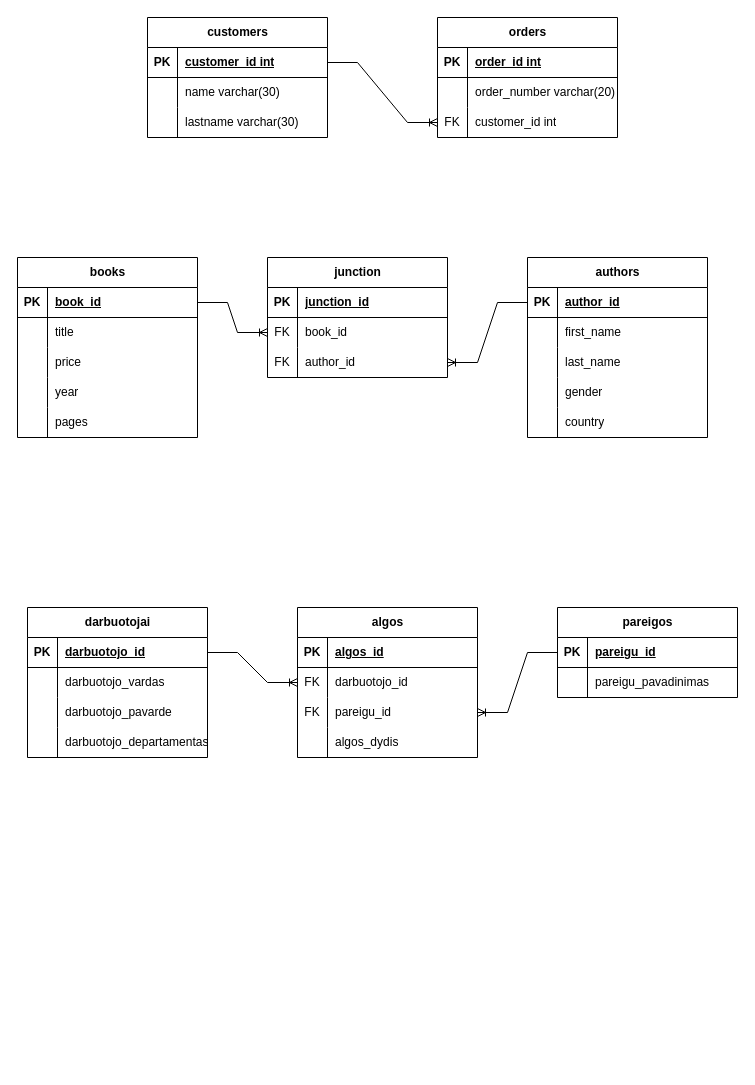
The draw.io diagram company.drawio in kestulka/duombaz2dalis_skaidriu_uzduotys, before the edit. Source tidied: cells renumbered, new cells numbered last; positions are measured from the earlier drawing's top-left corner, leaving out a move shared by most shapes. Both pictures are drawn from the tidied source at 100%, with x=0, y=0 at pixel (17, 17).
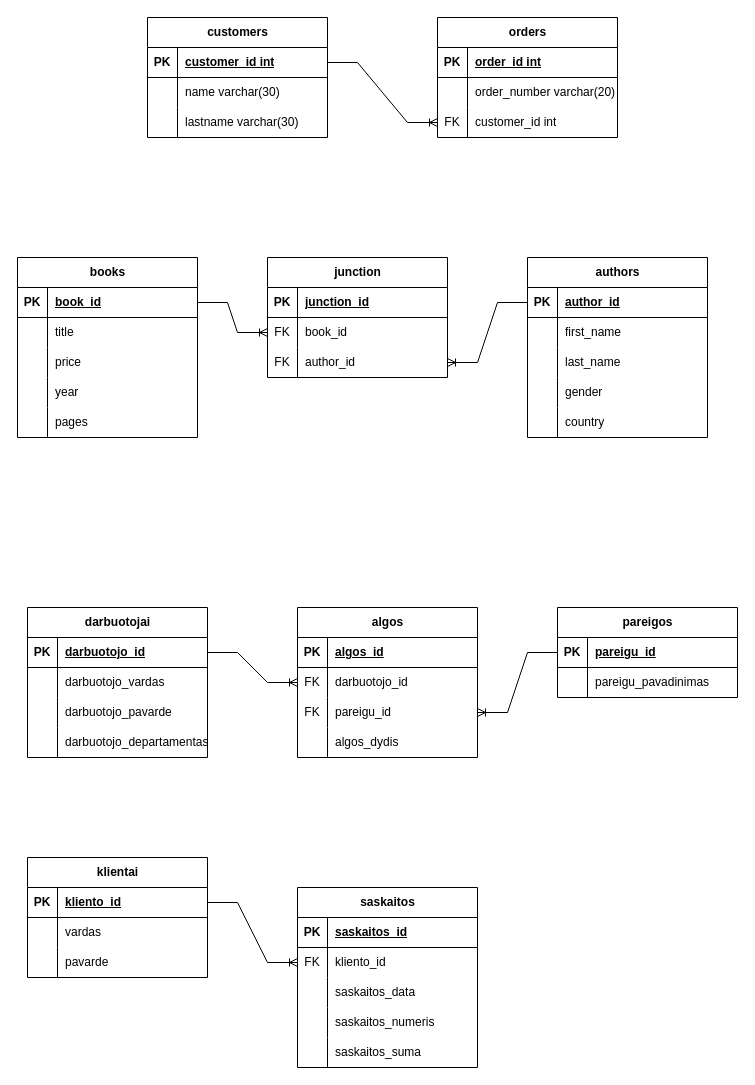
The same diagram, later.

What changed in the source:
```diff
@@
+    <mxCell id="102" value="klientai" style="shape=table;startSize=30;childLayout=tableLayout;rowLines=0;fontStyle=1;align=center;html=1;" parent="1" vertex="1">
+      <mxGeometry x="10" y="840" width="180" height="120" as="geometry" />
+    </mxCell>
+    <mxCell id="103" style="shape=tableRow;horizontal=0;startSize=0;swimlaneHead=0;swimlaneBody=0;fillColor=none;points=[[0,0.5],[1,0.5]];portConstraint=eastwest;top=0;left=0;right=0;bottom=1;" parent="102" vertex="1">
+      <mxGeometry y="30" width="180" height="30" as="geometry" />
+    </mxCell>
+    <mxCell id="104" value="PK" style="shape=partialRectangle;fillColor=none;top=0;left=0;bottom=0;right=0;fontStyle=1;overflow=hidden;whiteSpace=wrap;html=1;" parent="103" vertex="1">
+      <mxGeometry width="30" height="30" as="geometry" />
+    </mxCell>
+    <mxCell id="105" value="kliento_id" style="shape=partialRectangle;fillColor=none;top=0;left=0;bottom=0;right=0;align=left;spacingLeft=6;fontStyle=5;overflow=hidden;whiteSpace=wrap;html=1;" parent="103" vertex="1">
+      <mxGeometry x="30" width="150" height="30" as="geometry" />
+    </mxCell>
+    <mxCell id="106" style="shape=tableRow;horizontal=0;startSize=0;swimlaneHead=0;swimlaneBody=0;fillColor=none;top=0;left=0;right=0;bottom=0;" parent="102" vertex="1">
+      <mxGeometry y="60" width="180" height="30" as="geometry" />
+    </mxCell>
+    <mxCell id="107" style="shape=partialRectangle;fillColor=none;top=0;left=0;bottom=0;right=0;overflow=hidden;whiteSpace=wrap;html=1;" parent="106" vertex="1">
+      <mxGeometry width="30" height="30" as="geometry" />
+    </mxCell>
+    <mxCell id="108" value="vardas" style="shape=partialRectangle;fillColor=none;top=0;left=0;bottom=0;right=0;align=left;spacingLeft=6;overflow=hidden;whiteSpace=wrap;html=1;" parent="106" vertex="1">
+      <mxGeometry x="30" width="150" height="30" as="geometry" />
+    </mxCell>
+    <mxCell id="109" style="shape=tableRow;horizontal=0;startSize=0;swimlaneHead=0;swimlaneBody=0;fillColor=none;top=0;left=0;right=0;bottom=0;" parent="102" vertex="1">
+      <mxGeometry y="90" width="180" height="30" as="geometry" />
+    </mxCell>
+    <mxCell id="110" style="shape=partialRectangle;fillColor=none;top=0;left=0;bottom=0;right=0;overflow=hidden;whiteSpace=wrap;html=1;" parent="109" vertex="1">
+      <mxGeometry width="30" height="30" as="geometry" />
+    </mxCell>
+    <mxCell id="111" value="pavarde" style="shape=partialRectangle;fillColor=none;top=0;left=0;bottom=0;right=0;align=left;spacingLeft=6;overflow=hidden;whiteSpace=wrap;html=1;" parent="109" vertex="1">
+      <mxGeometry x="30" width="150" height="30" as="geometry" />
+    </mxCell>
+    <mxCell id="112" style="edgeStyle=entityRelationEdgeStyle;fontSize=12;html=1;endArrow=ERoneToMany;rounded=0;exitX=1;exitY=0.5;exitDx=0;exitDy=0;entryX=0;entryY=0.5;entryDx=0;entryDy=0;" parent="1" edge="1" source="103" target="117">
+      <mxGeometry relative="1" as="geometry" />
+    </mxCell>
+    <mxCell id="113" value="saskaitos" style="shape=table;startSize=30;childLayout=tableLayout;rowLines=0;fontStyle=1;align=center;html=1;" parent="1" vertex="1">
+      <mxGeometry x="280" y="870" width="180" height="180" as="geometry" />
+    </mxCell>
+    <mxCell id="114" style="shape=tableRow;horizontal=0;startSize=0;swimlaneHead=0;swimlaneBody=0;fillColor=none;top=0;left=0;right=0;bottom=1;" parent="113" vertex="1">
+      <mxGeometry y="30" width="180" height="30" as="geometry" />
+    </mxCell>
+    <mxCell id="115" value="PK" style="shape=partialRectangle;fillColor=none;top=0;left=0;bottom=0;right=0;fontStyle=1;overflow=hidden;whiteSpace=wrap;html=1;" parent="114" vertex="1">
+      <mxGeometry width="30" height="30" as="geometry" />
+    </mxCell>
+    <mxCell id="116" value="saskaitos_id" style="shape=partialRectangle;fillColor=none;top=0;left=0;bottom=0;right=0;align=left;spacingLeft=6;fontStyle=5;overflow=hidden;whiteSpace=wrap;html=1;" parent="114" vertex="1">
+      <mxGeometry x="30" width="150" height="30" as="geometry" />
+    </mxCell>
+    <mxCell id="117" style="shape=tableRow;horizontal=0;startSize=0;swimlaneHead=0;swimlaneBody=0;fillColor=none;points=[[0,0.5],[1,0.5]];portConstraint=eastwest;top=0;left=0;right=0;bottom=0;" parent="113" vertex="1">
+      <mxGeometry y="60" width="180" height="30" as="geometry" />
+    </mxCell>
+    <mxCell id="118" value="FK" style="shape=partialRectangle;fillColor=none;top=0;left=0;bottom=0;right=0;overflow=hidden;whiteSpace=wrap;html=1;" parent="117" vertex="1">
+      <mxGeometry width="30" height="30" as="geometry" />
+    </mxCell>
+    <mxCell id="119" value="kliento_id" style="shape=partialRectangle;fillColor=none;top=0;left=0;bottom=0;right=0;align=left;spacingLeft=6;overflow=hidden;whiteSpace=wrap;html=1;" parent="117" vertex="1">
+      <mxGeometry x="30" width="150" height="30" as="geometry" />
+    </mxCell>
+    <mxCell id="120" style="shape=tableRow;horizontal=0;startSize=0;swimlaneHead=0;swimlaneBody=0;fillColor=none;top=0;left=0;right=0;bottom=0;" parent="113" vertex="1">
+      <mxGeometry y="90" width="180" height="30" as="geometry" />
+    </mxCell>
+    <mxCell id="121" style="shape=partialRectangle;fillColor=none;top=0;left=0;bottom=0;right=0;overflow=hidden;whiteSpace=wrap;html=1;" parent="120" vertex="1">
+      <mxGeometry width="30" height="30" as="geometry" />
+    </mxCell>
+    <mxCell id="122" value="saskaitos_data" style="shape=partialRectangle;fillColor=none;top=0;left=0;bottom=0;right=0;align=left;spacingLeft=6;overflow=hidden;whiteSpace=wrap;html=1;" parent="120" vertex="1">
+      <mxGeometry x="30" width="150" height="30" as="geometry" />
+    </mxCell>
+    <mxCell id="123" style="shape=tableRow;horizontal=0;startSize=0;swimlaneHead=0;swimlaneBody=0;fillColor=none;top=0;left=0;right=0;bottom=0;" parent="113" vertex="1">
+      <mxGeometry y="120" width="180" height="30" as="geometry" />
+    </mxCell>
+    <mxCell id="124" style="shape=partialRectangle;fillColor=none;top=0;left=0;bottom=0;right=0;overflow=hidden;whiteSpace=wrap;html=1;" parent="123" vertex="1">
+      <mxGeometry width="30" height="30" as="geometry" />
+    </mxCell>
+    <mxCell id="125" value="saskaitos_numeris" style="shape=partialRectangle;fillColor=none;top=0;left=0;bottom=0;right=0;align=left;spacingLeft=6;overflow=hidden;whiteSpace=wrap;html=1;" parent="123" vertex="1">
+      <mxGeometry x="30" width="150" height="30" as="geometry" />
+    </mxCell>
+    <mxCell id="126" style="shape=tableRow;horizontal=0;startSize=0;swimlaneHead=0;swimlaneBody=0;fillColor=none;top=0;left=0;right=0;bottom=0;" parent="113" vertex="1">
+      <mxGeometry y="150" width="180" height="30" as="geometry" />
+    </mxCell>
+    <mxCell id="127" style="shape=partialRectangle;fillColor=none;top=0;left=0;bottom=0;right=0;overflow=hidden;whiteSpace=wrap;html=1;" parent="126" vertex="1">
+      <mxGeometry width="30" height="30" as="geometry" />
+    </mxCell>
+    <mxCell id="128" value="saskaitos_suma" style="shape=partialRectangle;fillColor=none;top=0;left=0;bottom=0;right=0;align=left;spacingLeft=6;overflow=hidden;whiteSpace=wrap;html=1;" parent="126" vertex="1">
+      <mxGeometry x="30" width="150" height="30" as="geometry" />
+    </mxCell>
```
